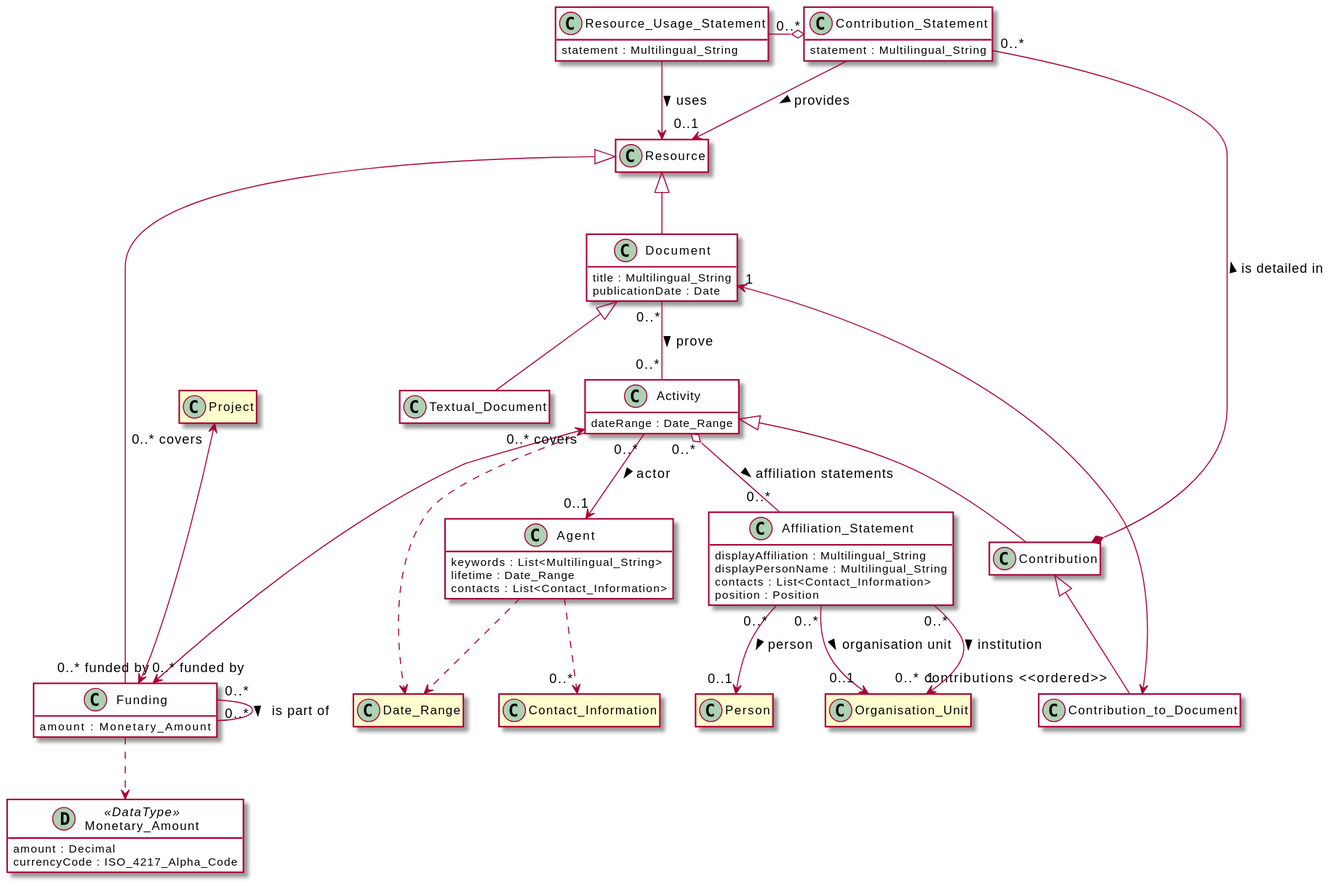
This is diagrams/contributionToDocument.svg from EuroCRIS/CERIF-Core, a PlantUML export, as it was before one commit.
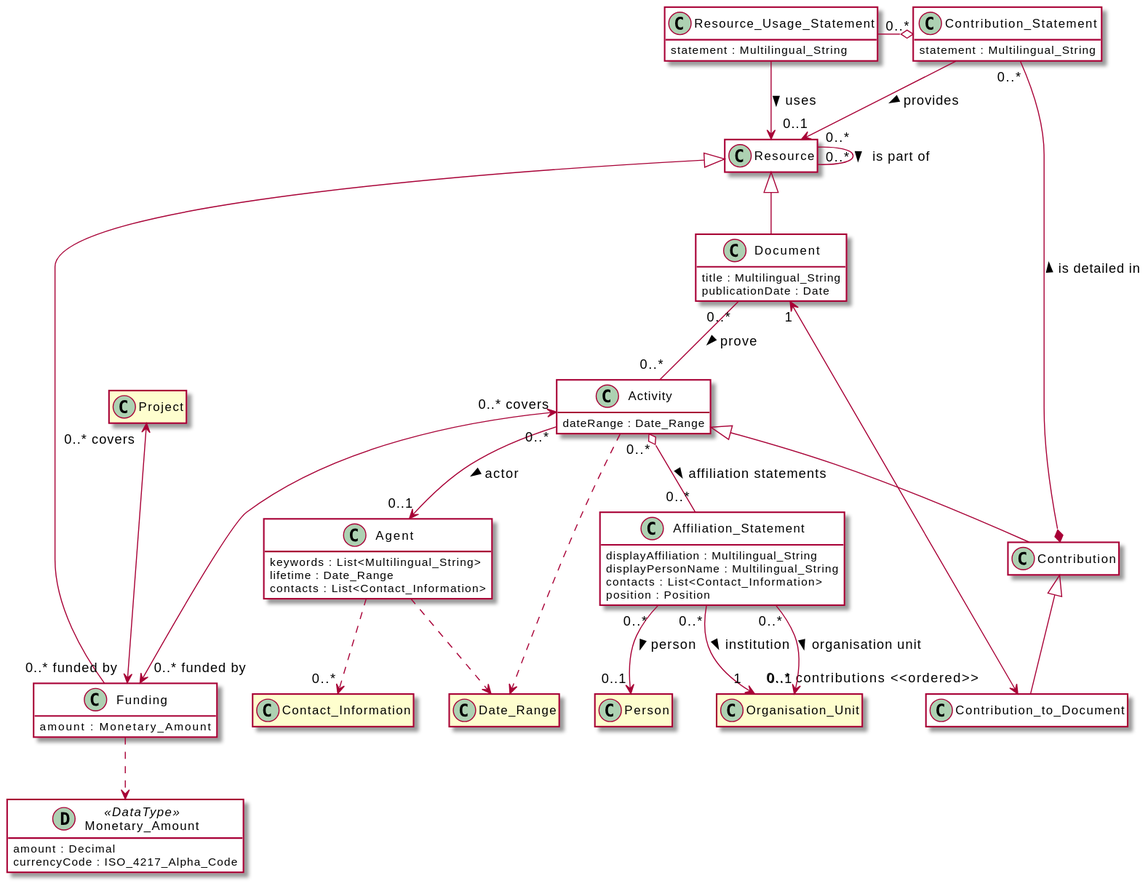
The same diagram one commit later.

What changed in the source:
```diff
@@ -6,7 +6,6 @@
     !includesub core.puml!Contribution
     !includesub core.puml!Contribution_to_Document
     !includesub core.puml!Contribution_Statement
-    !includesub core.puml!Textual_Document
     !includesub core.puml!Affiliation_Statement
     !includesub core.puml!Document
     !includesub core.puml!Resource
```
